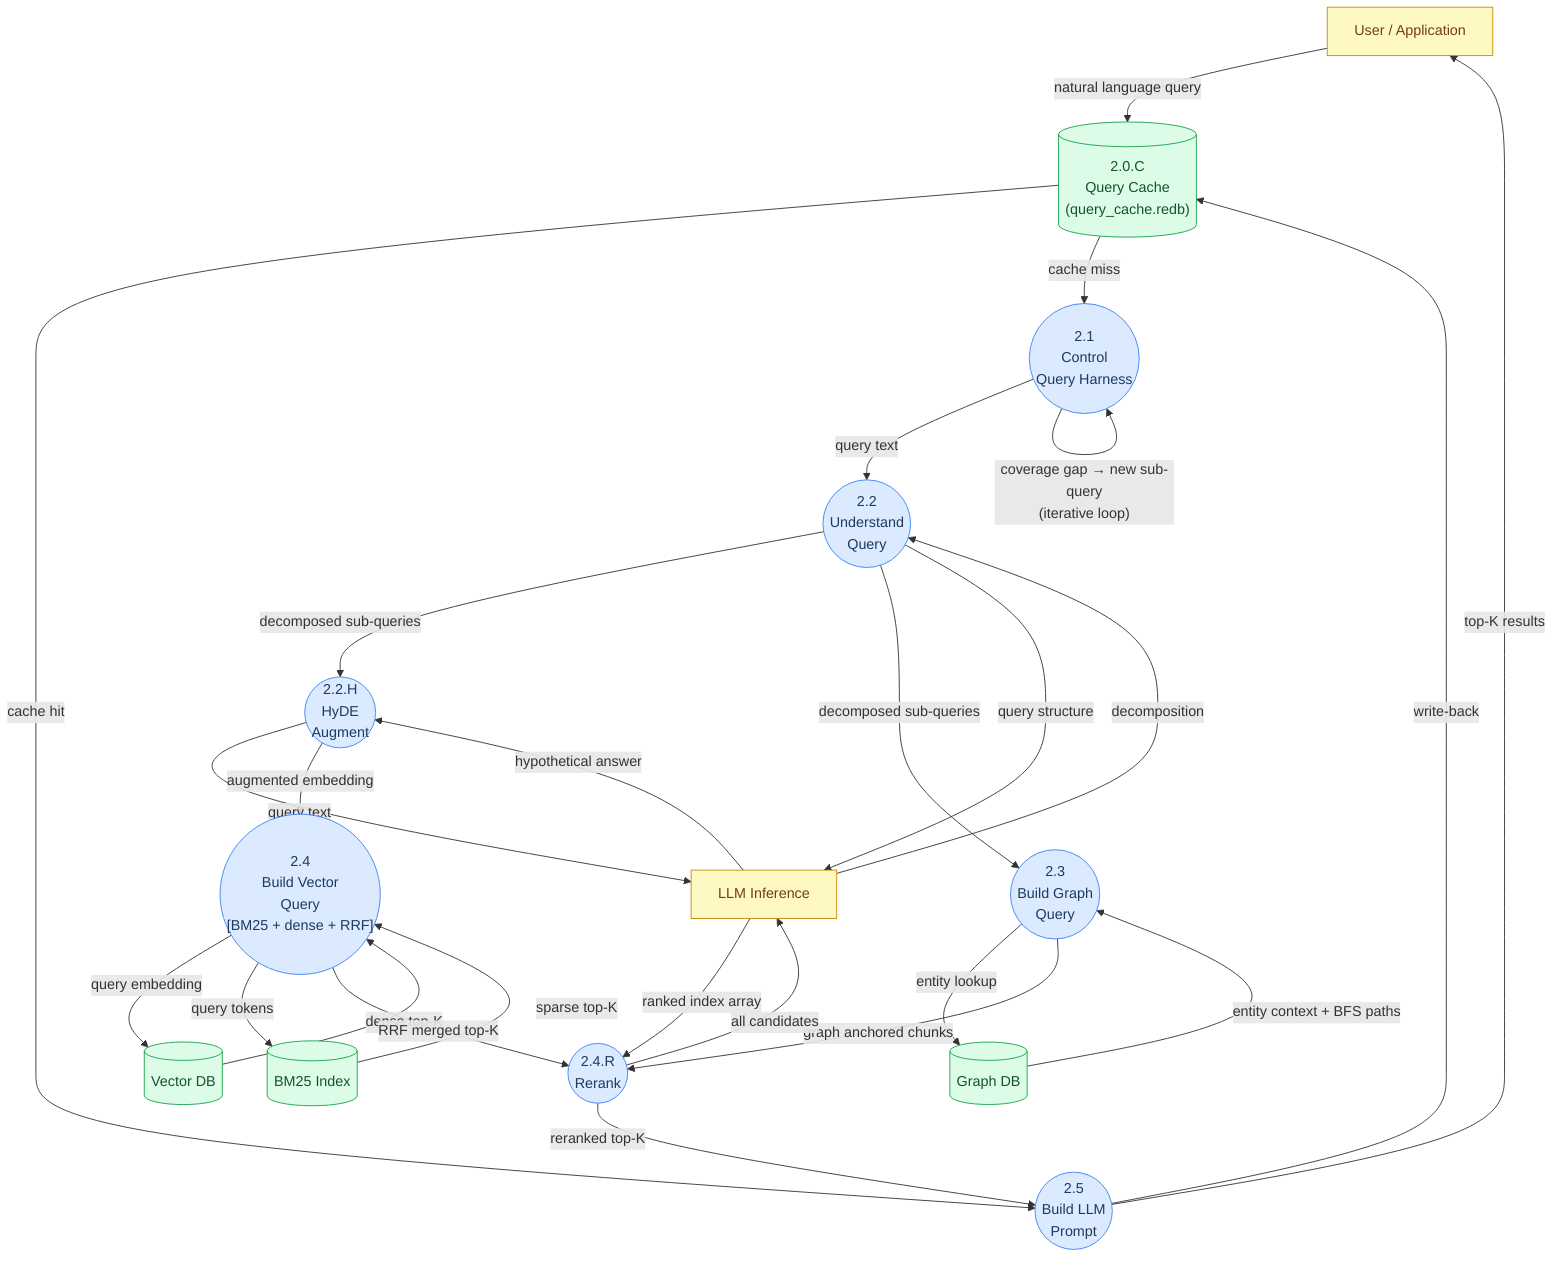
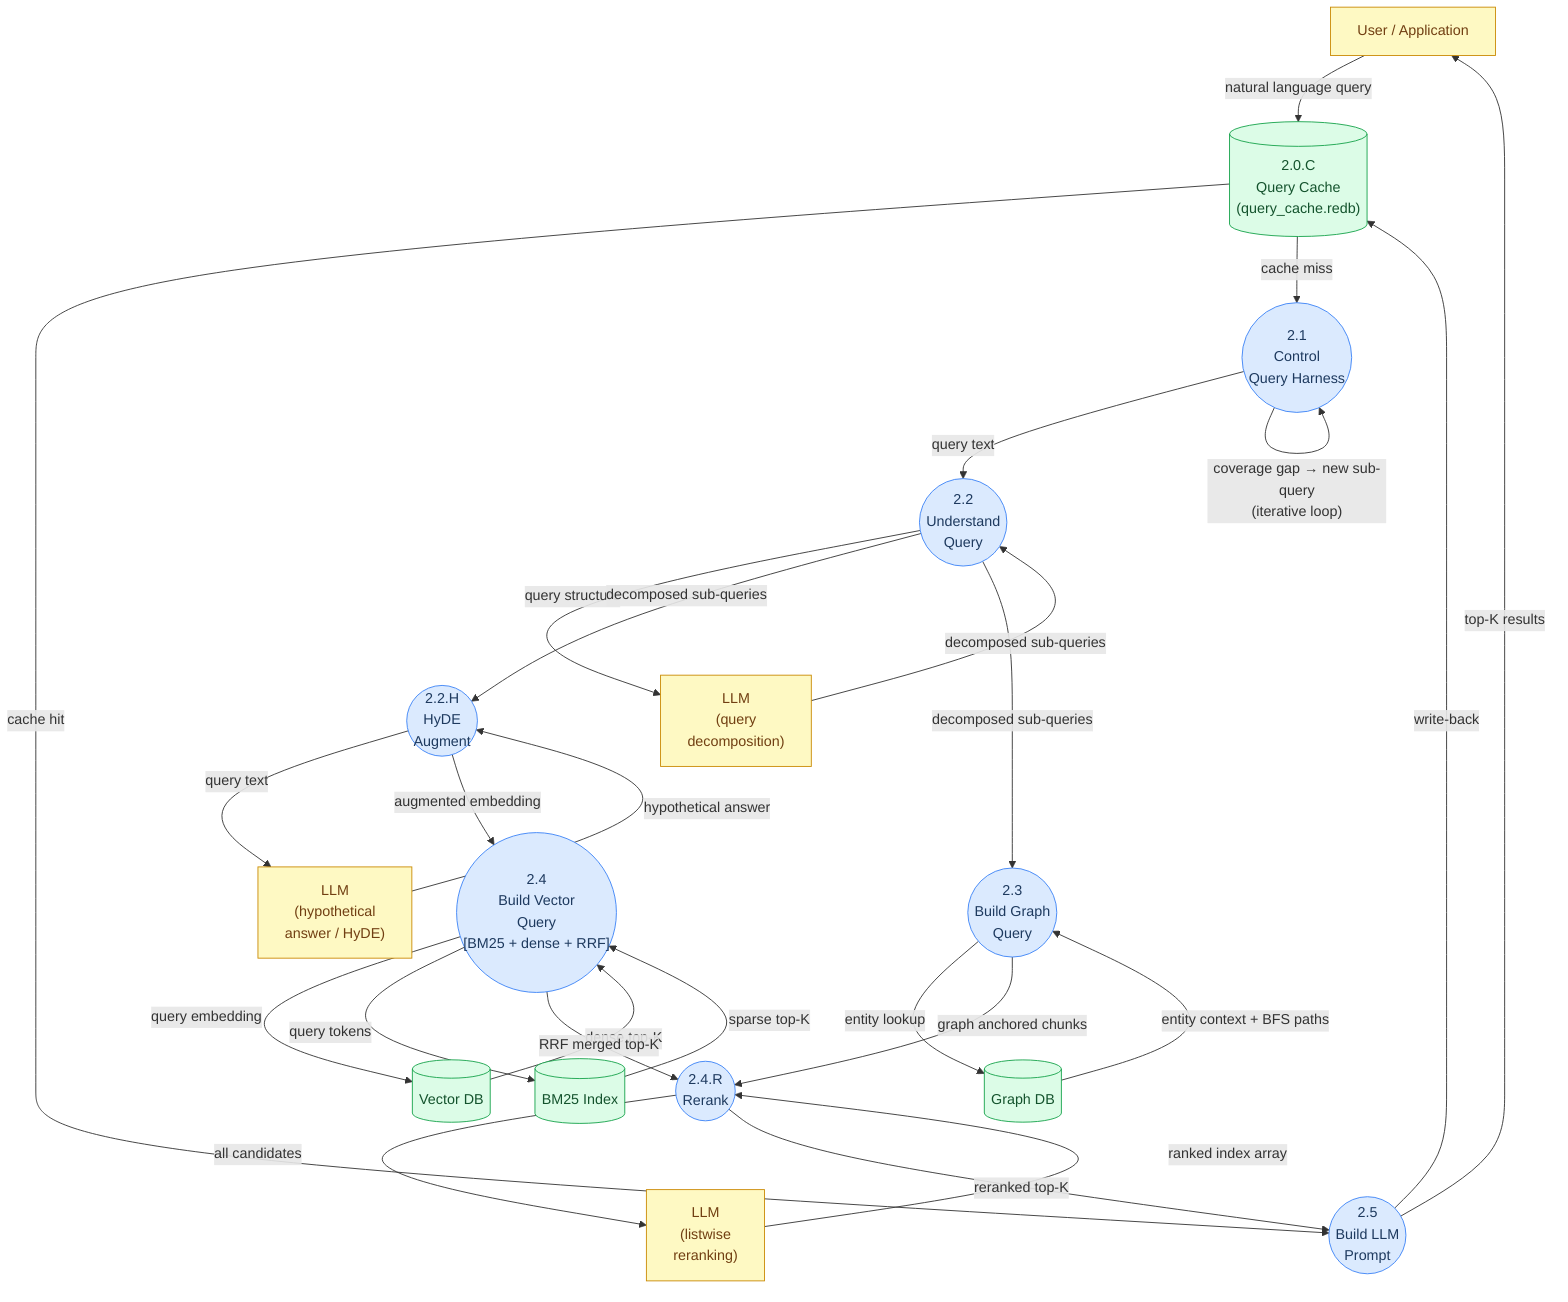
flowchart TD
    classDef process fill:#dbeafe,stroke:#3b82f6,color:#1e3a5f
    classDef external fill:#fef9c3,stroke:#ca8a04,color:#713f12
    classDef store fill:#dcfce7,stroke:#16a34a,color:#14532d

    USER["User / Application"]:::external
-     LLM["LLM Inference"]:::external
+ 
+     LLM22["LLM\n(query\ndecomposition)"]:::external
+     LLM22H["LLM\n(hypothetical\nanswer / HyDE)"]:::external
+     LLM24R["LLM\n(listwise\nreranking)"]:::external

    %% Data stores
    VDB[("Vector DB")]:::store
    GDB[("Graph DB")]:::store
    BM25S[("BM25 Index")]:::store
    CACHE[("2.0.C\nQuery Cache\n(query_cache.redb)")]:::store

    %% Process nodes
    P21(("2.1\nControl\nQuery Harness")):::process
    P22(("2.2\nUnderstand\nQuery")):::process
    P22H(("2.2.H\nHyDE\nAugment")):::process
    P23(("2.3\nBuild Graph\nQuery")):::process
    P24(("2.4\nBuild Vector\nQuery\n[BM25 + dense + RRF]")):::process
    P24R(("2.4.R\nRerank")):::process
    P25(("2.5\nBuild LLM\nPrompt")):::process

    %% Code annotations
    %% 2.0.C → cache.rs : QueryCache::get() / put()  cosine-sim 0.92, TTL 24h, max 2000
    %% 2.1   → iterative.rs : retrieve_iterative()  iterative loop R2=0.70 R3=0.75
    %% 2.2   → query_understanding.rs : decompose_query()
    %% 2.2.H → hyde.rs : embed_with_hyde_blend()  optional, alpha 0–1
    %% 2.3   → retriever.rs : retrieve_graph_anchored()
    %% 2.4   → retriever.rs : retrieve_hybrid() / bm25.rs : BM25Index::search() + rrf_merge(k=60)
    %% 2.4.R → reranker.rs : rerank_chunks()  LLM listwise, returns ranked index array
    %% 2.5   → prompt.rs : build_chat_messages()

    USER -->|"natural language query"| CACHE
    CACHE -->|"cache hit"| P25
    CACHE -->|"cache miss"| P21

    P21 -->|"query text"| P22
+     P22 -->|"query structure"| LLM22
+     LLM22 -->|"decomposed sub-queries"| P22
    P22 -->|"decomposed sub-queries"| P22H
    P22 -->|"decomposed sub-queries"| P23
-     P22 -->|"query structure"| LLM
-     LLM -->|"decomposition"| P22

-     P22H -->|"query text"| LLM
-     LLM -->|"hypothetical answer"| P22H
+     P22H -->|"query text"| LLM22H
+     LLM22H -->|"hypothetical answer"| P22H
    P22H -->|"augmented embedding"| P24

    P23 -->|"entity lookup"| GDB
    GDB -->|"entity context + BFS paths"| P23
    P23 -->|"graph anchored chunks"| P24R

    P24 -->|"query embedding"| VDB
    VDB -->|"dense top-K"| P24
    P24 -->|"query tokens"| BM25S
    BM25S -->|"sparse top-K"| P24
    P24 -->|"RRF merged top-K"| P24R

-     P24R -->|"all candidates"| LLM
-     LLM -->|"ranked index array"| P24R
+     P24R -->|"all candidates"| LLM24R
+     LLM24R -->|"ranked index array"| P24R
    P24R -->|"reranked top-K"| P25

    P25 -->|"top-K results"| USER
    P25 -->|"write-back"| CACHE

    P21 -->|"coverage gap → new sub-query\n(iterative loop)"| P21
